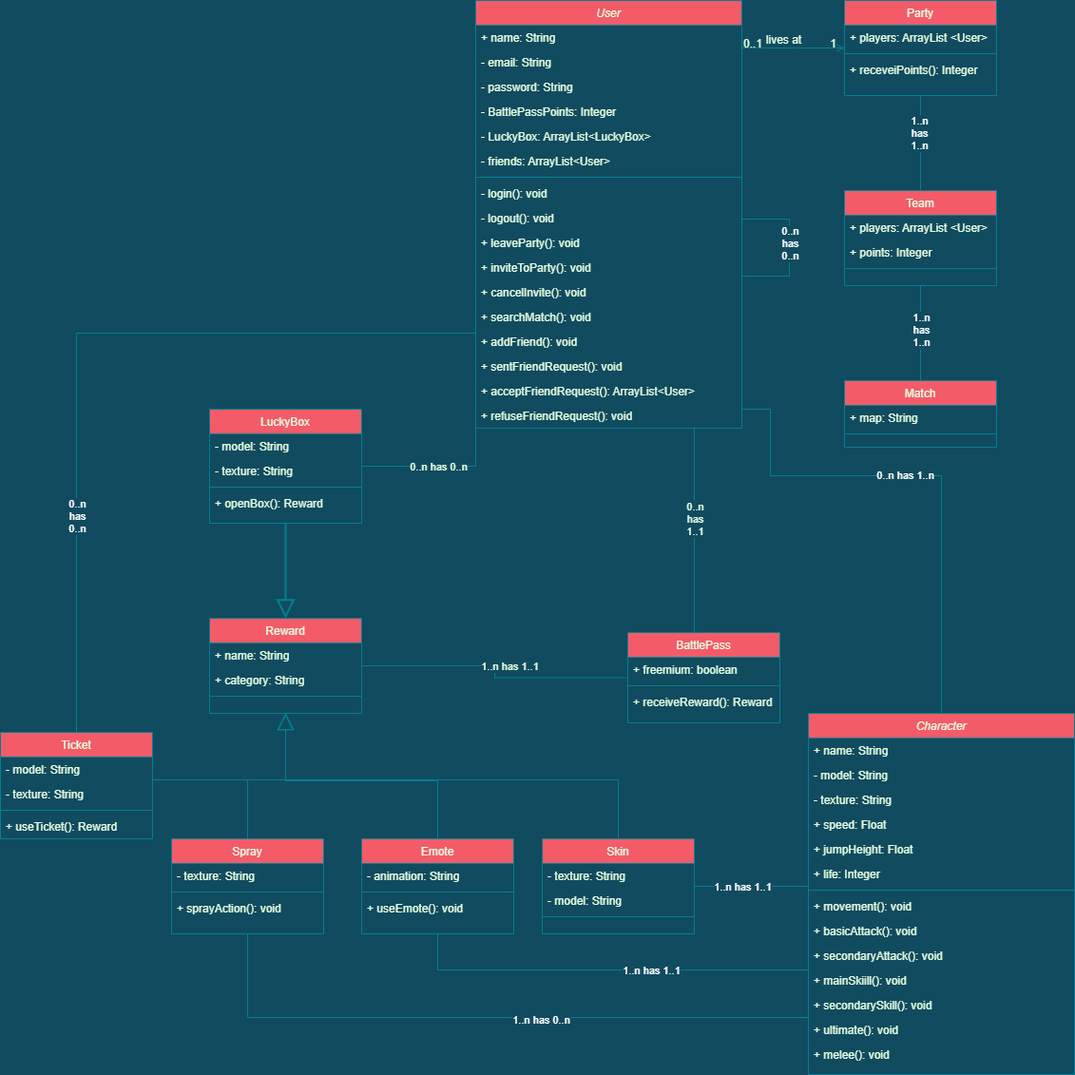
This is fase-final/Modelo-Conceitual.drawio.png from Stuepp/BANCO-DE-DADOS-I, a draw.io export, as it was before one commit. Source tidied: cells renumbered, new cells last; positions are measured from the earlier drawing's top-left corner, leaving out a move shared by most shapes.
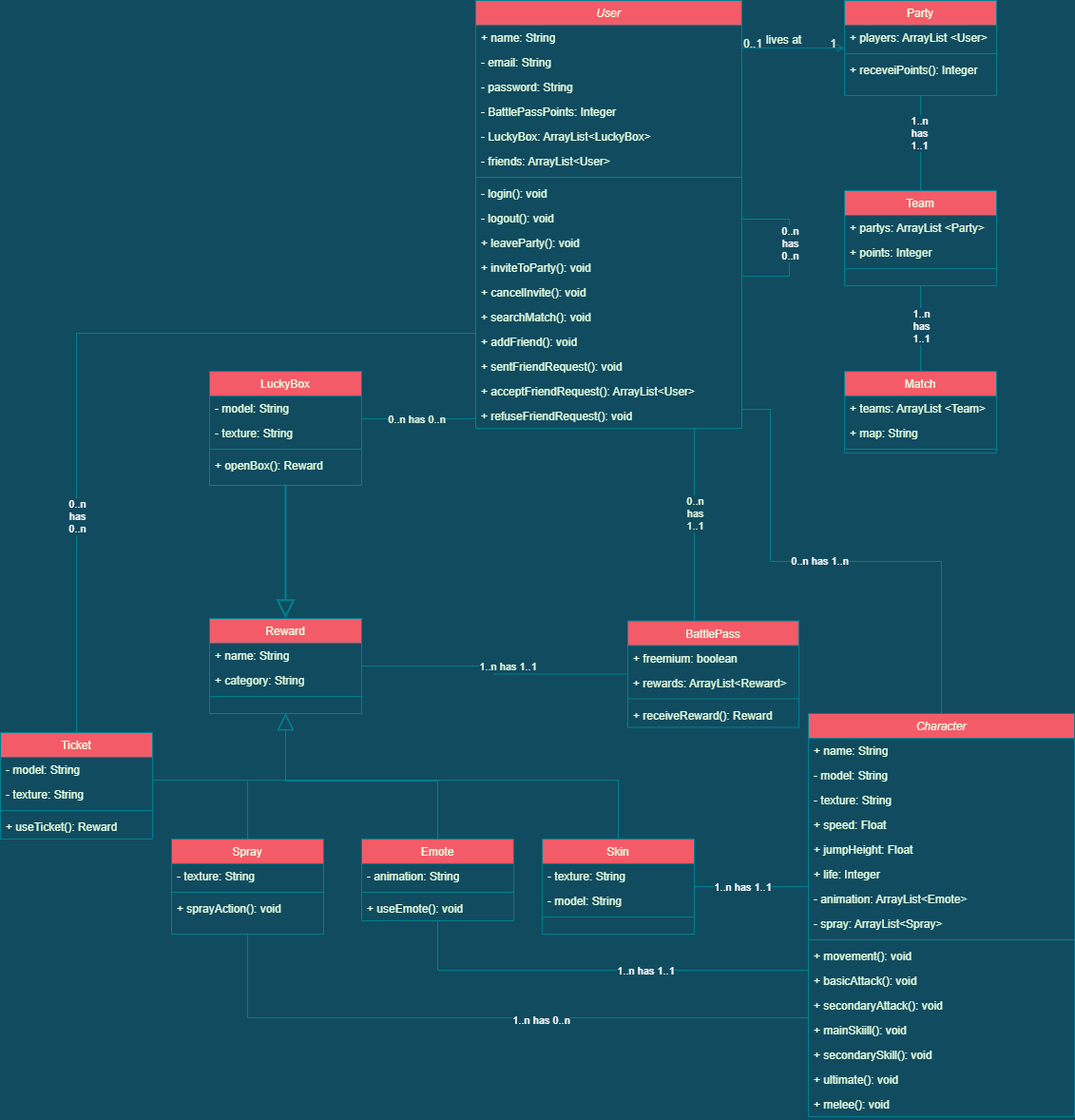
After the commit.

The edit, as a diff of the source:
```diff
@@ -6,8 +6,8 @@
       <mxGeometry relative="1" as="geometry">
         <Array as="points">
           <mxPoint x="810" y="430" />
-          <mxPoint x="810" y="500" />
-          <mxPoint x="990" y="500" />
+          <mxPoint x="810" y="590" />
+          <mxPoint x="990" y="590" />
         </Array>
       </mxGeometry>
     </mxCell>
@@ -71,7 +71,8 @@
     <mxCell id="22" style="edgeStyle=orthogonalEdgeStyle;rounded=0;jettySize=auto;html=1;strokeColor=#028090;fontColor=#E4FDE1;fillColor=#F45B69;endArrow=none;endFill=0;endSize=6;startSize=6;jumpSize=6;labelBackgroundColor=#114B5F;" parent="1" edge="1" source="25" target="4">
       <mxGeometry relative="1" as="geometry">
         <Array as="points">
-          <mxPoint x="500" y="490" />
+          <mxPoint x="440" y="440" />
+          <mxPoint x="440" y="440" />
         </Array>
       </mxGeometry>
     </mxCell>
@@ -84,7 +85,7 @@
       <mxGeometry relative="1" as="geometry" />
     </mxCell>
     <mxCell id="25" value="LuckyBox" style="swimlane;fontStyle=0;align=center;verticalAlign=top;horizontal=1;startSize=26;rounded=0;shadow=0;strokeWidth=1;fillColor=#F45B69;strokeColor=#028090;fontColor=#E4FDE1;" parent="1" vertex="1">
-      <mxGeometry x="220" y="430" width="160" height="120" as="geometry" />
+      <mxGeometry x="220" y="390" width="160" height="120" as="geometry" />
     </mxCell>
     <mxCell id="26" value="- model: String" style="text;align=left;verticalAlign=top;spacingLeft=4;spacingRight=4;overflow=hidden;fontColor=#E4FDE1;" parent="25" vertex="1">
       <mxGeometry y="26" width="160" height="26" as="geometry" />
@@ -110,21 +111,24 @@
       <mxGeometry x="0.12" relative="1" as="geometry" />
     </mxCell>
     <mxCell id="32" value="BattlePass" style="swimlane;fontStyle=0;align=center;verticalAlign=top;horizontal=1;startSize=26;rounded=0;shadow=0;strokeWidth=1;fillColor=#F45B69;strokeColor=#028090;fontColor=#E4FDE1;" parent="1" vertex="1">
-      <mxGeometry x="660" y="665" width="160" height="95" as="geometry" />
+      <mxGeometry x="660" y="652.5" width="180" height="112" as="geometry" />
     </mxCell>
     <mxCell id="33" value="+ freemium: boolean" style="text;align=left;verticalAlign=top;spacingLeft=4;spacingRight=4;overflow=hidden;fontColor=#E4FDE1;" parent="32" vertex="1">
-      <mxGeometry y="26" width="160" height="26" as="geometry" />
+      <mxGeometry y="26" width="180" height="26" as="geometry" />
     </mxCell>
+    <mxCell id="107" value="+ rewards: ArrayList&lt;Reward&gt;" style="text;align=left;verticalAlign=top;spacingLeft=4;spacingRight=4;overflow=hidden;fontColor=#E4FDE1;" parent="32" vertex="1">
+      <mxGeometry y="52" width="180" height="26" as="geometry" />
+    </mxCell>
     <mxCell id="34" style="line;html=1;strokeWidth=1;align=left;verticalAlign=middle;spacingTop=-1;spacingLeft=3;spacingRight=3;labelPosition=right;labelBackgroundColor=#114B5F;fillColor=#F45B69;strokeColor=#028090;fontColor=#E4FDE1;" parent="32" vertex="1">
-      <mxGeometry y="52" width="160" height="8" as="geometry" />
+      <mxGeometry y="78" width="180" height="8" as="geometry" />
     </mxCell>
     <mxCell id="35" value="+ receiveReward(): Reward" style="text;align=left;verticalAlign=top;spacingLeft=4;spacingRight=4;overflow=hidden;fontColor=#E4FDE1;" parent="32" vertex="1">
-      <mxGeometry y="60" width="160" height="26" as="geometry" />
+      <mxGeometry y="86" width="180" height="26" as="geometry" />
     </mxCell>
     <mxCell id="36" style="edgeStyle=orthogonalEdgeStyle;rounded=0;jettySize=auto;html=1;strokeColor=#028090;fontColor=#FFFFFF;endArrow=none;endFill=0;endSize=15;fillColor=#F45B69;" parent="1" edge="1" source="38" target="85">
       <mxGeometry relative="1" as="geometry" />
     </mxCell>
-    <mxCell id="37" value="1..n&lt;br&gt;has&lt;br&gt;1..n" style="edgeLabel;html=1;align=center;verticalAlign=middle;fontColor=#FFFFFF;labelBackgroundColor=#114B5F;" parent="36" vertex="1">
+    <mxCell id="37" value="1..n&lt;br&gt;has&lt;br&gt;1..1" style="edgeLabel;html=1;align=center;verticalAlign=middle;fontColor=#FFFFFF;labelBackgroundColor=#114B5F;" parent="36" vertex="1">
       <mxGeometry x="-0.23" y="-2" relative="1" as="geometry" />
     </mxCell>
     <mxCell id="38" value="Party" style="swimlane;fontStyle=0;align=center;verticalAlign=top;horizontal=1;startSize=26;rounded=0;shadow=0;strokeWidth=1;fillColor=#F45B69;strokeColor=#028090;fontColor=#E4FDE1;" parent="1" vertex="1">
@@ -257,7 +261,7 @@
       <mxGeometry x="0.22" relative="1" as="geometry" />
     </mxCell>
     <mxCell id="70" value="Emote" style="swimlane;fontStyle=0;align=center;verticalAlign=top;horizontal=1;startSize=26;rounded=0;shadow=0;strokeWidth=1;fillColor=#F45B69;strokeColor=#028090;fontColor=#E4FDE1;" parent="1" vertex="1">
-      <mxGeometry x="380" y="882" width="160" height="100" as="geometry" />
+      <mxGeometry x="380" y="882" width="160" height="86" as="geometry" />
     </mxCell>
     <mxCell id="71" value="- animation: String" style="text;align=left;verticalAlign=top;spacingLeft=4;spacingRight=4;overflow=hidden;fontColor=#E4FDE1;" parent="70" vertex="1">
       <mxGeometry y="26" width="160" height="26" as="geometry" />
@@ -317,7 +321,7 @@
     <mxCell id="83" style="edgeStyle=orthogonalEdgeStyle;rounded=0;jettySize=auto;html=1;strokeColor=#028090;fontColor=#FFFFFF;endArrow=none;endFill=0;endSize=15;fillColor=#F45B69;" parent="1" edge="1" source="85" target="89">
       <mxGeometry relative="1" as="geometry" />
     </mxCell>
-    <mxCell id="84" value="1..n&lt;br&gt;has&lt;br&gt;1..n" style="edgeLabel;html=1;align=center;verticalAlign=middle;fontColor=#FFFFFF;labelBackgroundColor=#114B5F;" parent="83" vertex="1">
+    <mxCell id="84" value="1..n&lt;br&gt;has&lt;br&gt;1..1" style="edgeLabel;html=1;align=center;verticalAlign=middle;fontColor=#FFFFFF;labelBackgroundColor=#114B5F;" parent="83" vertex="1">
       <mxGeometry x="-0.26" y="-3" relative="1" as="geometry">
         <mxPoint x="3" y="9" as="offset" />
       </mxGeometry>
@@ -325,7 +329,7 @@
     <mxCell id="85" value="Team" style="swimlane;fontStyle=0;align=center;verticalAlign=top;horizontal=1;startSize=26;rounded=0;shadow=0;strokeWidth=1;fillColor=#F45B69;strokeColor=#028090;fontColor=#E4FDE1;" parent="1" vertex="1">
       <mxGeometry x="888" y="200" width="160" height="100" as="geometry" />
     </mxCell>
-    <mxCell id="86" value="+ players: ArrayList &lt;User&gt;" style="text;align=left;verticalAlign=top;spacingLeft=4;spacingRight=4;overflow=hidden;fontColor=#E4FDE1;" parent="85" vertex="1">
+    <mxCell id="86" value="+ partys: ArrayList &lt;Party&gt;" style="text;align=left;verticalAlign=top;spacingLeft=4;spacingRight=4;overflow=hidden;fontColor=#E4FDE1;" parent="85" vertex="1">
       <mxGeometry y="26" width="160" height="26" as="geometry" />
     </mxCell>
     <mxCell id="87" value="+ points: Integer" style="text;align=left;verticalAlign=top;spacingLeft=4;spacingRight=4;overflow=hidden;fontColor=#E4FDE1;" parent="85" vertex="1">
@@ -335,16 +339,19 @@
       <mxGeometry y="78" width="160" height="8" as="geometry" />
     </mxCell>
     <mxCell id="89" value="Match" style="swimlane;fontStyle=0;align=center;verticalAlign=top;horizontal=1;startSize=26;rounded=0;shadow=0;strokeWidth=1;fillColor=#F45B69;strokeColor=#028090;fontColor=#E4FDE1;" parent="1" vertex="1">
-      <mxGeometry x="888" y="400" width="160" height="70" as="geometry" />
+      <mxGeometry x="888" y="390" width="160" height="86" as="geometry" />
     </mxCell>
+    <mxCell id="108" value="+ teams: ArrayList &lt;Team&gt;" style="text;align=left;verticalAlign=top;spacingLeft=4;spacingRight=4;overflow=hidden;fontColor=#E4FDE1;" parent="89" vertex="1">
+      <mxGeometry y="26" width="160" height="26" as="geometry" />
+    </mxCell>
     <mxCell id="90" value="+ map: String" style="text;align=left;verticalAlign=top;spacingLeft=4;spacingRight=4;overflow=hidden;fontColor=#E4FDE1;" parent="89" vertex="1">
-      <mxGeometry y="26" width="160" height="26" as="geometry" />
+      <mxGeometry y="52" width="160" height="26" as="geometry" />
     </mxCell>
     <mxCell id="91" style="line;html=1;strokeWidth=1;align=left;verticalAlign=middle;spacingTop=-1;spacingLeft=3;spacingRight=3;labelPosition=right;labelBackgroundColor=#114B5F;fillColor=#F45B69;strokeColor=#028090;fontColor=#E4FDE1;" parent="89" vertex="1">
-      <mxGeometry y="52" width="160" height="8" as="geometry" />
+      <mxGeometry y="78" width="160" height="8" as="geometry" />
     </mxCell>
     <mxCell id="92" value="Character" style="swimlane;fontStyle=2;align=center;verticalAlign=top;horizontal=1;startSize=26;rounded=0;shadow=0;strokeWidth=1;fillColor=#F45B69;strokeColor=#028090;fontColor=#E4FDE1;" parent="1" vertex="1">
-      <mxGeometry x="850" y="750" width="280" height="380" as="geometry" />
+      <mxGeometry x="850" y="750" width="280" height="424" as="geometry" />
     </mxCell>
     <mxCell id="93" value="+ name: String" style="text;align=left;verticalAlign=top;spacingLeft=4;spacingRight=4;overflow=hidden;fontColor=#E4FDE1;" parent="92" vertex="1">
       <mxGeometry y="26" width="280" height="26" as="geometry" />
@@ -364,29 +371,35 @@
     <mxCell id="98" value="+ life: Integer" style="text;align=left;verticalAlign=top;spacingLeft=4;spacingRight=4;overflow=hidden;rounded=0;shadow=0;html=0;fontColor=#E4FDE1;" parent="92" vertex="1">
       <mxGeometry y="156" width="280" height="26" as="geometry" />
     </mxCell>
+    <mxCell id="109" value="- animation: ArrayList&lt;Emote&gt;" style="text;align=left;verticalAlign=top;spacingLeft=4;spacingRight=4;overflow=hidden;rounded=0;shadow=0;html=0;fontColor=#E4FDE1;" parent="92" vertex="1">
+      <mxGeometry y="182" width="280" height="26" as="geometry" />
+    </mxCell>
+    <mxCell id="110" value="- spray: ArrayList&lt;Spray&gt;" style="text;align=left;verticalAlign=top;spacingLeft=4;spacingRight=4;overflow=hidden;rounded=0;shadow=0;html=0;fontColor=#E4FDE1;" parent="92" vertex="1">
+      <mxGeometry y="208" width="280" height="26" as="geometry" />
+    </mxCell>
     <mxCell id="99" style="line;html=1;strokeWidth=1;align=left;verticalAlign=middle;spacingTop=-1;spacingLeft=3;spacingRight=3;labelPosition=right;labelBackgroundColor=#114B5F;fillColor=#F45B69;strokeColor=#028090;fontColor=#E4FDE1;" parent="92" vertex="1">
-      <mxGeometry y="182" width="280" height="8" as="geometry" />
+      <mxGeometry y="234" width="280" height="8" as="geometry" />
     </mxCell>
     <mxCell id="100" value="+ movement(): void" style="text;align=left;verticalAlign=top;spacingLeft=4;spacingRight=4;overflow=hidden;fontColor=#E4FDE1;" parent="92" vertex="1">
-      <mxGeometry y="190" width="280" height="26" as="geometry" />
+      <mxGeometry y="242" width="280" height="26" as="geometry" />
     </mxCell>
     <mxCell id="101" value="+ basicAttack(): void" style="text;align=left;verticalAlign=top;spacingLeft=4;spacingRight=4;overflow=hidden;fontColor=#E4FDE1;" parent="92" vertex="1">
-      <mxGeometry y="216" width="280" height="26" as="geometry" />
+      <mxGeometry y="268" width="280" height="26" as="geometry" />
     </mxCell>
     <mxCell id="102" value="+ secondaryAttack(): void" style="text;align=left;verticalAlign=top;spacingLeft=4;spacingRight=4;overflow=hidden;fontColor=#E4FDE1;" parent="92" vertex="1">
-      <mxGeometry y="242" width="280" height="26" as="geometry" />
+      <mxGeometry y="294" width="280" height="26" as="geometry" />
     </mxCell>
     <mxCell id="103" value="+ mainSkiill(): void" style="text;align=left;verticalAlign=top;spacingLeft=4;spacingRight=4;overflow=hidden;fontColor=#E4FDE1;" parent="92" vertex="1">
-      <mxGeometry y="268" width="280" height="26" as="geometry" />
+      <mxGeometry y="320" width="280" height="26" as="geometry" />
     </mxCell>
     <mxCell id="104" value="+ secondarySkill(): void" style="text;align=left;verticalAlign=top;spacingLeft=4;spacingRight=4;overflow=hidden;fontColor=#E4FDE1;" parent="92" vertex="1">
-      <mxGeometry y="294" width="280" height="26" as="geometry" />
+      <mxGeometry y="346" width="280" height="26" as="geometry" />
     </mxCell>
     <mxCell id="105" value="+ ultimate(): void" style="text;align=left;verticalAlign=top;spacingLeft=4;spacingRight=4;overflow=hidden;fontColor=#E4FDE1;" parent="92" vertex="1">
-      <mxGeometry y="320" width="280" height="26" as="geometry" />
+      <mxGeometry y="372" width="280" height="26" as="geometry" />
     </mxCell>
     <mxCell id="106" value="+ melee(): void" style="text;align=left;verticalAlign=top;spacingLeft=4;spacingRight=4;overflow=hidden;fontColor=#E4FDE1;" parent="92" vertex="1">
-      <mxGeometry y="346" width="280" height="26" as="geometry" />
+      <mxGeometry y="398" width="280" height="26" as="geometry" />
     </mxCell>
   </root>
 </mxGraphModel>
```
